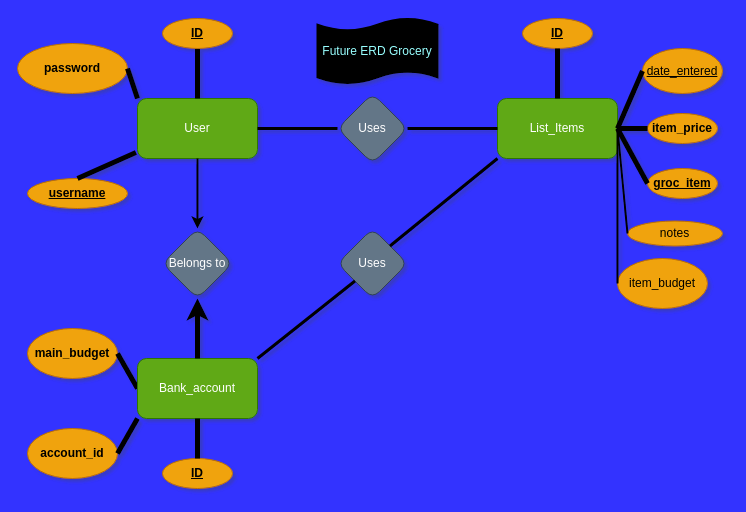
Earlier version of the draw.io diagram ERD/grocery.drawio (PGA-dev/grocery). Source tidied: cells renumbered, new cells numbered last; positions are measured from the earlier drawing's top-left corner, leaving out a move shared by most shapes. Both pictures are drawn from the tidied source at 100%, with x=0, y=0 at pixel (17, 18).
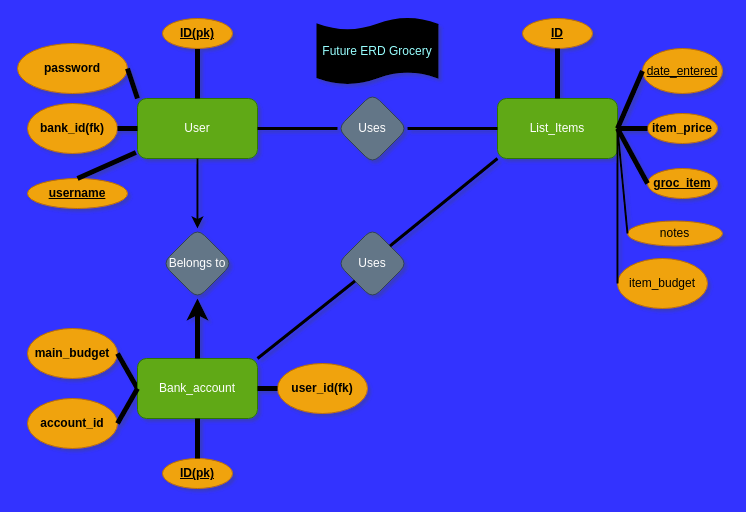
The same diagram, later.

The change refers to these unchanged cells:
```xml
<mxCell id="3" value="User" style="rounded=1;whiteSpace=wrap;html=1;fillColor=#60a917;fontColor=#ffffff;strokeColor=#2D7600;" parent="1" vertex="1">
  <mxGeometry x="120" y="80" width="120" height="60" as="geometry" />
</mxCell>
<mxCell id="27" value="Bank_account" style="rounded=1;whiteSpace=wrap;html=1;fillColor=#60a917;fontColor=#ffffff;strokeColor=#2D7600;" parent="1" vertex="1">
  <mxGeometry x="120" y="340" width="120" height="60" as="geometry" />
</mxCell>
```

What changed in the source:
```diff
@@
-    <mxCell id="15" value="&lt;u&gt;&lt;b&gt;ID&lt;/b&gt;&lt;/u&gt;" style="ellipse;whiteSpace=wrap;html=1;rounded=1;fillColor=#f0a30a;fontColor=#000000;strokeColor=#BD7000;" parent="1" vertex="1">
+    <mxCell id="15" value="&lt;u&gt;&lt;b&gt;ID(pk)&lt;/b&gt;&lt;/u&gt;" style="ellipse;whiteSpace=wrap;html=1;rounded=1;fillColor=#f0a30a;fontColor=#000000;strokeColor=#BD7000;" parent="1" vertex="1">
       <mxGeometry x="145" width="70" height="30" as="geometry" />
     </mxCell>
@@
-    <mxCell id="32" value="&lt;u&gt;&lt;b&gt;ID&lt;/b&gt;&lt;/u&gt;" style="ellipse;whiteSpace=wrap;html=1;rounded=1;fillColor=#f0a30a;fontColor=#000000;strokeColor=#BD7000;" parent="1" vertex="1">
+    <mxCell id="32" value="&lt;u&gt;&lt;b&gt;ID(pk)&lt;/b&gt;&lt;/u&gt;" style="ellipse;whiteSpace=wrap;html=1;rounded=1;fillColor=#f0a30a;fontColor=#000000;strokeColor=#BD7000;" parent="1" vertex="1">
       <mxGeometry x="145" y="440" width="70" height="30" as="geometry" />
     </mxCell>
@@
     <mxCell id="35" value="&lt;b&gt;account_id&lt;/b&gt;" style="ellipse;whiteSpace=wrap;html=1;rounded=1;fillColor=#f0a30a;fontColor=#000000;strokeColor=#BD7000;" parent="1" vertex="1">
-      <mxGeometry x="10" y="410" width="90" height="50" as="geometry" />
+      <mxGeometry x="10" y="380" width="90" height="50" as="geometry" />
     </mxCell>
-    <mxCell id="36" style="endArrow=none;html=1;rounded=1;strokeWidth=5;entryX=0;entryY=1;entryDx=0;entryDy=0;exitX=1;exitY=0.5;exitDx=0;exitDy=0;" parent="1" edge="1" source="35" target="27">
+    <mxCell id="36" style="endArrow=none;html=1;rounded=1;strokeWidth=5;entryX=0;entryY=0.5;entryDx=0;entryDy=0;exitX=1;exitY=0.5;exitDx=0;exitDy=0;" parent="1" edge="1" source="35" target="27">
       <mxGeometry relative="1" as="geometry" />
     </mxCell>
@@
+    <mxCell id="39" value="&lt;b&gt;user_id(fk)&lt;/b&gt;" style="ellipse;whiteSpace=wrap;html=1;rounded=1;fillColor=#f0a30a;fontColor=#000000;strokeColor=#BD7000;" parent="1" vertex="1">
+      <mxGeometry x="260" y="345" width="90" height="50" as="geometry" />
+    </mxCell>
+    <mxCell id="40" style="endArrow=none;html=1;rounded=1;strokeWidth=5;entryX=0;entryY=0.5;entryDx=0;entryDy=0;exitX=1;exitY=0.5;exitDx=0;exitDy=0;" parent="1" edge="1" source="27" target="39">
+      <mxGeometry relative="1" as="geometry" />
+    </mxCell>
+    <mxCell id="41" value="&lt;b&gt;bank_id(fk)&lt;/b&gt;" style="ellipse;whiteSpace=wrap;html=1;rounded=1;fillColor=#f0a30a;fontColor=#000000;strokeColor=#BD7000;" parent="1" vertex="1">
+      <mxGeometry x="10" y="85" width="90" height="50" as="geometry" />
+    </mxCell>
+    <mxCell id="42" style="endArrow=none;html=1;rounded=1;strokeWidth=5;entryX=0;entryY=0.5;entryDx=0;entryDy=0;exitX=1;exitY=0.5;exitDx=0;exitDy=0;" parent="1" edge="1" source="41" target="3">
+      <mxGeometry relative="1" as="geometry" />
+    </mxCell>
```
